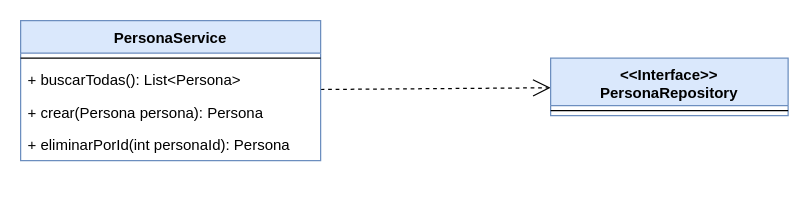
This is page "Clases" (2 of 2) of doc/diseño.drawio from juliomachillanda1/personas, a draw.io file, before an edit. Source tidied: cells renumbered, new cells numbered last; positions are measured from the earlier drawing's top-left corner, leaving out a move shared by most shapes. Both pictures are drawn from the tidied source at 125%, with x=0, y=0 at pixel (20, 20).
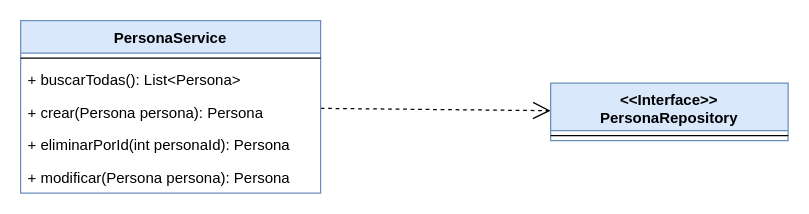
The same diagram, later.

Commit message (it also covers changes not shown here):
Agrego modificación de persona

Diff of the diagram source:
```diff
@@
 <mxGraphModel>
   <root>
     <mxCell id="0" />
     <mxCell id="1" parent="0" />
     <mxCell id="2" value="Use" style="endArrow=open;endSize=12;dashed=1;html=1;noLabel=1;fontColor=none;" parent="1" edge="1" source="3" target="8">
       <mxGeometry relative="1" as="geometry" />
     </mxCell>
     <mxCell id="3" value="PersonaService" style="swimlane;fontStyle=1;align=center;verticalAlign=top;horizontal=1;startSize=26;fillColor=#dae8fc;strokeColor=#6c8ebf;" parent="1" vertex="1">
-      <mxGeometry width="240" height="112" as="geometry" />
+      <mxGeometry width="240" height="138" as="geometry" />
     </mxCell>
     <mxCell id="4" style="line;strokeWidth=1;fillColor=none;align=left;verticalAlign=middle;spacingTop=-1;spacingLeft=3;spacingRight=3;labelPosition=right;" parent="3" vertex="1">
       <mxGeometry y="26" width="240" height="8" as="geometry" />
     </mxCell>
     <mxCell id="5" value="+ buscarTodas(): List&lt;Persona&gt;" style="text;strokeColor=none;fillColor=none;align=left;verticalAlign=top;spacingLeft=4;spacingRight=4;overflow=hidden;" parent="3" vertex="1">
       <mxGeometry y="34" width="240" height="26" as="geometry" />
     </mxCell>
     <mxCell id="6" value="+ crear(Persona persona): Persona" style="text;strokeColor=none;fillColor=none;align=left;verticalAlign=top;spacingLeft=4;spacingRight=4;overflow=hidden;" parent="3" vertex="1">
       <mxGeometry y="60" width="240" height="26" as="geometry" />
     </mxCell>
     <mxCell id="7" value="+ eliminarPorId(int personaId): Persona" style="text;strokeColor=none;fillColor=none;align=left;verticalAlign=top;spacingLeft=4;spacingRight=4;overflow=hidden;" parent="3" vertex="1">
       <mxGeometry y="86" width="240" height="26" as="geometry" />
     </mxCell>
+    <mxCell id="10" value="+ modificar(Persona persona): Persona" style="text;strokeColor=none;fillColor=none;align=left;verticalAlign=top;spacingLeft=4;spacingRight=4;overflow=hidden;" parent="3" vertex="1">
+      <mxGeometry y="112" width="240" height="26" as="geometry" />
+    </mxCell>
     <mxCell id="8" value="&lt;&lt;Interface&gt;&gt;&#10;PersonaRepository" style="swimlane;fontStyle=1;align=center;verticalAlign=top;horizontal=1;startSize=38;fillColor=#dae8fc;strokeColor=#6c8ebf;" parent="1" vertex="1">
-      <mxGeometry x="424" y="30" width="190" height="46" as="geometry" />
+      <mxGeometry x="424" y="50" width="190" height="46" as="geometry" />
     </mxCell>
     <mxCell id="9" style="line;strokeWidth=1;fillColor=none;align=left;verticalAlign=middle;spacingTop=-1;spacingLeft=3;spacingRight=3;labelPosition=right;" parent="8" vertex="1">
       <mxGeometry y="38" width="190" height="8" as="geometry" />
     </mxCell>
   </root>
 </mxGraphModel>
```
